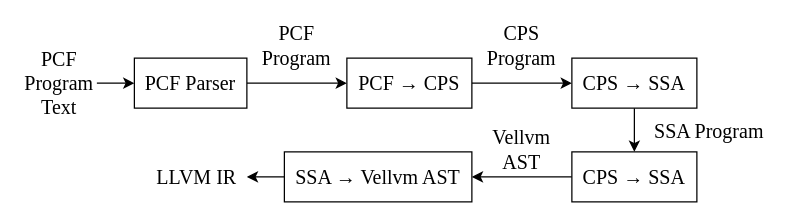
This is ccf/overview.drawio from ABigDoge/MyDiagrams, a draw.io file, before an edit. Source tidied: cells renumbered, new cells numbered last; positions are measured from the earlier drawing's top-left corner, leaving out a move shared by most shapes. Both pictures are drawn from the tidied source at 125%, with x=0, y=0 at pixel (21, 26).
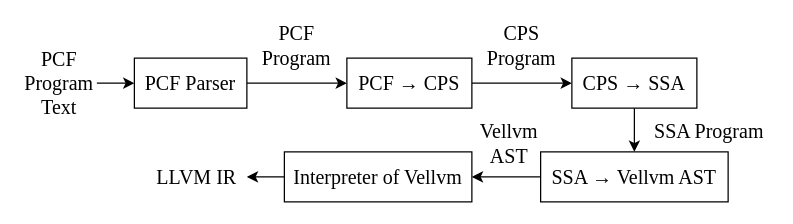
After the change.

Diff of the diagram source:
```diff
@@
 <mxGraphModel>
   <root>
     <mxCell id="0" />
     <mxCell id="1" parent="0" />
     <mxCell id="2" style="edgeStyle=orthogonalEdgeStyle;rounded=0;jettySize=auto;html=1;fontFamily=Times New Roman;fontSize=16;fontColor=#000000;" parent="1" edge="1" source="3" target="5">
       <mxGeometry relative="1" as="geometry" />
     </mxCell>
     <mxCell id="3" value="PCF Parser" style="rounded=0;whiteSpace=wrap;html=1;labelBackgroundColor=#ffffff;fontFamily=Times New Roman;fontSize=16;fontColor=#000000;" parent="1" vertex="1">
       <mxGeometry x="90" y="25" width="90" height="40" as="geometry" />
     </mxCell>
     <mxCell id="4" style="edgeStyle=orthogonalEdgeStyle;rounded=0;jettySize=auto;html=1;fontFamily=Times New Roman;fontSize=16;fontColor=#000000;" parent="1" edge="1" source="5" target="7">
       <mxGeometry relative="1" as="geometry" />
     </mxCell>
     <mxCell id="5" value="PCF&amp;nbsp;→ CPS" style="rounded=0;whiteSpace=wrap;html=1;labelBackgroundColor=#ffffff;fontFamily=Times New Roman;fontSize=16;fontColor=#000000;" parent="1" vertex="1">
       <mxGeometry x="260" y="25" width="100" height="40" as="geometry" />
     </mxCell>
     <mxCell id="6" style="edgeStyle=orthogonalEdgeStyle;rounded=0;jettySize=auto;html=1;fontFamily=Times New Roman;fontSize=16;fontColor=#000000;" parent="1" edge="1" source="7" target="9">
       <mxGeometry relative="1" as="geometry" />
     </mxCell>
     <mxCell id="7" value="CPS → SSA" style="rounded=0;whiteSpace=wrap;html=1;labelBackgroundColor=#ffffff;fontFamily=Times New Roman;fontSize=16;fontColor=#000000;" parent="1" vertex="1">
       <mxGeometry x="440" y="25" width="100" height="40" as="geometry" />
     </mxCell>
     <mxCell id="8" style="edgeStyle=orthogonalEdgeStyle;rounded=0;jettySize=auto;html=1;fontFamily=Times New Roman;fontSize=16;fontColor=#000000;" parent="1" edge="1" source="9" target="11">
       <mxGeometry relative="1" as="geometry" />
     </mxCell>
-    <mxCell id="9" value="CPS → SSA" style="rounded=0;whiteSpace=wrap;html=1;labelBackgroundColor=#ffffff;fontFamily=Times New Roman;fontSize=16;fontColor=#000000;" parent="1" vertex="1">
-      <mxGeometry x="440" y="100" width="100" height="40" as="geometry" />
+    <mxCell id="9" value="SSA → Vellvm AST" style="rounded=0;whiteSpace=wrap;html=1;labelBackgroundColor=#ffffff;fontFamily=Times New Roman;fontSize=16;fontColor=#000000;" parent="1" vertex="1">
+      <mxGeometry x="415" y="100" width="150" height="40" as="geometry" />
     </mxCell>
     <mxCell id="10" style="edgeStyle=orthogonalEdgeStyle;rounded=0;jettySize=auto;html=1;fontFamily=Times New Roman;fontSize=16;fontColor=#000000;" parent="1" edge="1" source="11" target="14">
       <mxGeometry relative="1" as="geometry" />
     </mxCell>
-    <mxCell id="11" value="SSA → Vellvm AST" style="rounded=0;whiteSpace=wrap;html=1;labelBackgroundColor=#ffffff;fontFamily=Times New Roman;fontSize=16;fontColor=#000000;" parent="1" vertex="1">
+    <mxCell id="11" value="Interpreter of Vellvm" style="rounded=0;whiteSpace=wrap;html=1;labelBackgroundColor=#ffffff;fontFamily=Times New Roman;fontSize=16;fontColor=#000000;" parent="1" vertex="1">
       <mxGeometry x="210" y="100" width="150" height="40" as="geometry" />
     </mxCell>
     <mxCell id="12" style="edgeStyle=orthogonalEdgeStyle;rounded=0;jettySize=auto;html=1;fontFamily=Times New Roman;fontSize=16;fontColor=#000000;" parent="1" edge="1" source="13" target="3">
       <mxGeometry relative="1" as="geometry" />
     </mxCell>
     <mxCell id="13" value="PCF Program Text" style="text;html=1;strokeColor=none;fillColor=none;align=center;verticalAlign=middle;whiteSpace=wrap;rounded=0;fontSize=16;fontFamily=Times New Roman;fontColor=#000000;" parent="1" vertex="1">
       <mxGeometry y="30" width="60" height="30" as="geometry" />
     </mxCell>
     <mxCell id="14" value="LLVM IR" style="text;html=1;strokeColor=none;fillColor=none;align=center;verticalAlign=middle;whiteSpace=wrap;rounded=0;fontSize=16;fontFamily=Times New Roman;fontColor=#000000;" parent="1" vertex="1">
       <mxGeometry x="100" y="105" width="80" height="30" as="geometry" />
     </mxCell>
     <mxCell id="15" value="PCF Program" style="text;html=1;strokeColor=none;fillColor=none;align=center;verticalAlign=middle;whiteSpace=wrap;rounded=0;fontSize=16;fontFamily=Times New Roman;fontColor=#000000;" parent="1" vertex="1">
       <mxGeometry x="190" width="60" height="30" as="geometry" />
     </mxCell>
     <mxCell id="16" value="CPS Program" style="text;html=1;strokeColor=none;fillColor=none;align=center;verticalAlign=middle;whiteSpace=wrap;rounded=0;fontSize=16;fontFamily=Times New Roman;fontColor=#000000;" parent="1" vertex="1">
       <mxGeometry x="370" y="7.5" width="60" height="15" as="geometry" />
     </mxCell>
     <mxCell id="17" value="SSA Program" style="text;html=1;strokeColor=none;fillColor=none;align=center;verticalAlign=middle;whiteSpace=wrap;rounded=0;fontSize=16;fontFamily=Times New Roman;fontColor=#000000;" parent="1" vertex="1">
       <mxGeometry x="500" y="75" width="100" height="15" as="geometry" />
     </mxCell>
     <mxCell id="18" value="Vellvm AST" style="text;html=1;strokeColor=none;fillColor=none;align=center;verticalAlign=middle;whiteSpace=wrap;rounded=0;fontSize=16;fontFamily=Times New Roman;fontColor=#000000;" parent="1" vertex="1">
-      <mxGeometry x="360" y="90" width="80" height="15" as="geometry" />
+      <mxGeometry x="350" y="85" width="80" height="15" as="geometry" />
     </mxCell>
   </root>
 </mxGraphModel>
```
